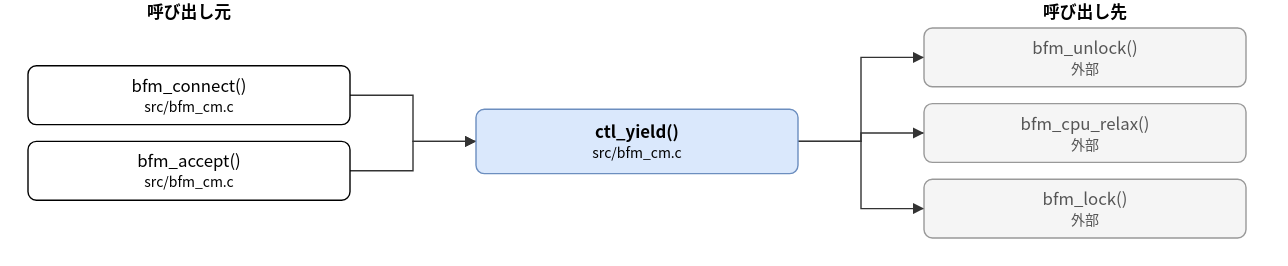
This is doc/spec/images/call_src_bfm_cm-ctl_yield.drawio.svg from hf355051012-ai/bfmem, a draw.io export, as it was before one commit. Source tidied: cells renumbered, new cells last; positions are measured from the earlier drawing's top-left corner, leaving out a move shared by most shapes.
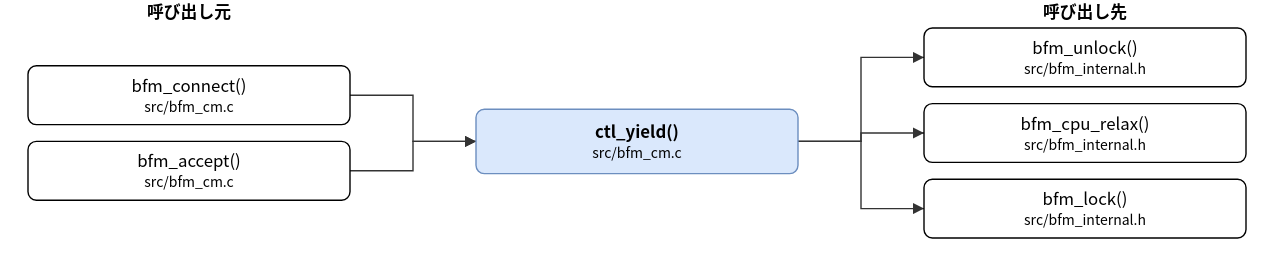
Above is the later version.

Change to the diagram source:
```diff
@@ -11,13 +11,13 @@
     <mxCell id="4" value="bfm_accept()&lt;br&gt;&lt;font style=&quot;font-size:10px&quot;&gt;src/bfm_cm.c&lt;/font&gt;" style="rounded=1;whiteSpace=wrap;html=1;" parent="1" vertex="1">
       <mxGeometry y="101" width="230" height="42" as="geometry" />
     </mxCell>
-    <mxCell id="5" value="bfm_unlock()&lt;br&gt;&lt;font style=&quot;font-size:10px&quot;&gt;外部&lt;/font&gt;" style="rounded=1;whiteSpace=wrap;html=1;fillColor=#f5f5f5;strokeColor=#999999;fontColor=#555555;" parent="1" vertex="1">
+    <mxCell id="5" value="bfm_unlock()&lt;br&gt;&lt;font style=&quot;font-size:10px&quot;&gt;src/bfm_internal.h&lt;/font&gt;" style="rounded=1;whiteSpace=wrap;html=1;" parent="1" vertex="1">
       <mxGeometry x="640" y="20" width="230" height="42" as="geometry" />
     </mxCell>
-    <mxCell id="6" value="bfm_cpu_relax()&lt;br&gt;&lt;font style=&quot;font-size:10px&quot;&gt;外部&lt;/font&gt;" style="rounded=1;whiteSpace=wrap;html=1;fillColor=#f5f5f5;strokeColor=#999999;fontColor=#555555;" parent="1" vertex="1">
+    <mxCell id="6" value="bfm_cpu_relax()&lt;br&gt;&lt;font style=&quot;font-size:10px&quot;&gt;src/bfm_internal.h&lt;/font&gt;" style="rounded=1;whiteSpace=wrap;html=1;" parent="1" vertex="1">
       <mxGeometry x="640" y="74" width="230" height="42" as="geometry" />
     </mxCell>
-    <mxCell id="7" value="bfm_lock()&lt;br&gt;&lt;font style=&quot;font-size:10px&quot;&gt;外部&lt;/font&gt;" style="rounded=1;whiteSpace=wrap;html=1;fillColor=#f5f5f5;strokeColor=#999999;fontColor=#555555;" parent="1" vertex="1">
+    <mxCell id="7" value="bfm_lock()&lt;br&gt;&lt;font style=&quot;font-size:10px&quot;&gt;src/bfm_internal.h&lt;/font&gt;" style="rounded=1;whiteSpace=wrap;html=1;" parent="1" vertex="1">
       <mxGeometry x="640" y="128" width="230" height="42" as="geometry" />
     </mxCell>
     <mxCell id="8" style="edgeStyle=none;html=1;rounded=0;endArrow=block;endFill=1;exitX=1.0000;exitY=0.5000;exitDx=0;exitDy=0;exitPerimeter=0;entryX=0.0000;entryY=0.5000;entryDx=0;entryDy=0;entryPerimeter=0;" parent="1" edge="1" source="3" target="2">
```
